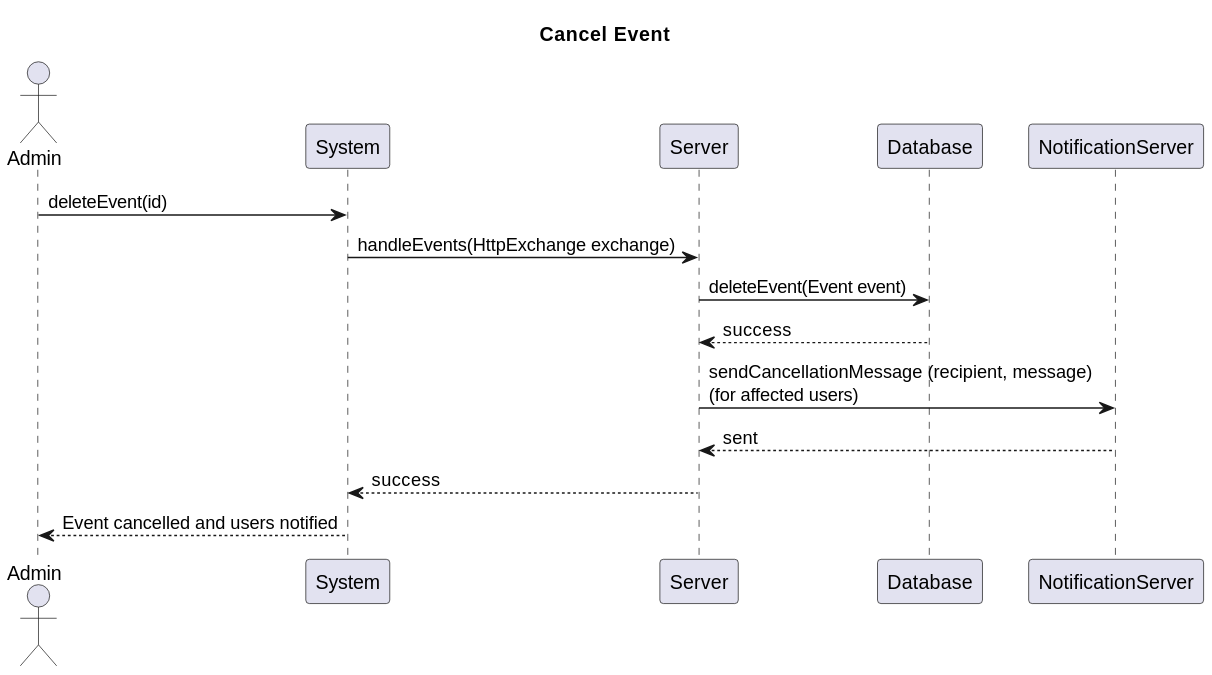
Before: Architecture and Design/cancelEvent.svg, a diagram exported from PlantUML (darcymccoy/soen345-project).
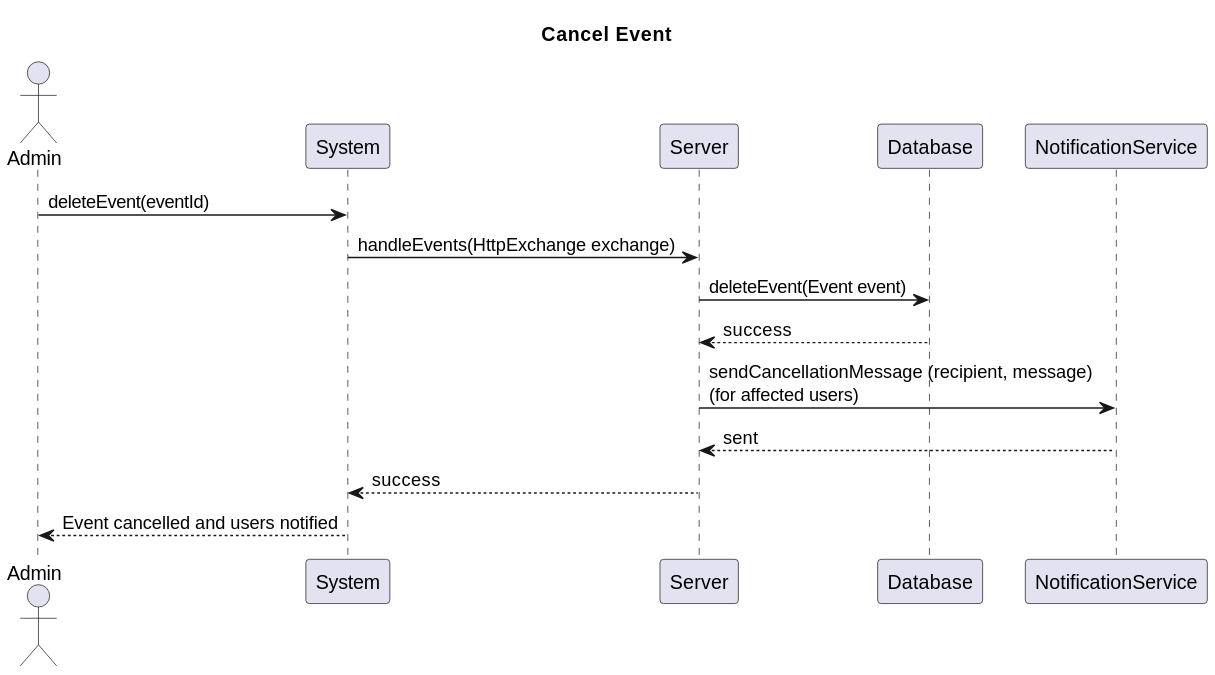
The same file after the commit.

What changed in the source:
```diff
@@ -1,12 +1,12 @@
 @startuml
 title Cancel Event
 actor Admin
-Admin -> System: deleteEvent(id)
+Admin -> System: deleteEvent(eventId)
 System -> Server: handleEvents(HttpExchange exchange)
 Server -> Database: deleteEvent(Event event)
 Database --> Server: success
-Server -> NotificationServer: sendCancellationMessage (recipient, message)\n(for affected users)
-NotificationServer --> Server: sent
+Server -> NotificationService: sendCancellationMessage (recipient, message)\n(for affected users)
+NotificationService --> Server: sent
 Server --> System: success
 System --> Admin: Event cancelled and users notified
 @enduml
```
